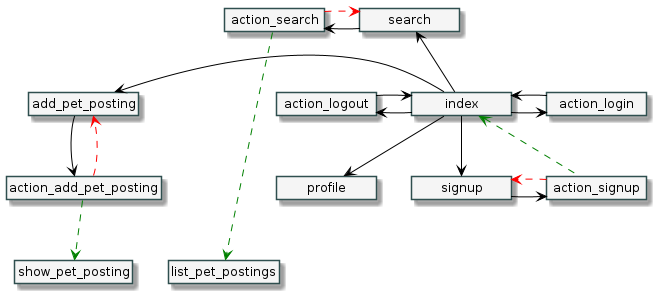
The PlantUML diagram img/navigation.png in up201806330/Hoaloha, before a commit. Source of this version:
```plantuml
@startuml navigation
skinparam minClassWidth 100
skinparam classBackgroundColor WhiteSmoke
skinparam classBorderColor DarkSlateGrey
hide members
hide circles

class index
class signup
class search
class add_pet_posting
class list_pet_postings
class show_pet_posting
class profile
class action_login
class action_logout
class action_signup
class action_search
class action_add_pet_posting

index -[#black]down-> signup
index -[#black]> action_login
index-[#black]down->profile
action_login -[#black]> index
signup-[#black]right>action_signup
action_signup..up[#green]>index
action_signup..[#red]>signup
index-[#black]left>action_logout
action_logout-[#black]>index
index--[#black]up>search
search-left[#black]>action_search
action_search.[#red]>search
action_search....[#green]>list_pet_postings
index -left[#black]->add_pet_posting
add_pet_posting--[#black]down>action_add_pet_posting
action_add_pet_posting..[#green]>show_pet_posting
action_add_pet_posting..[#red]>add_pet_posting

@enduml
```
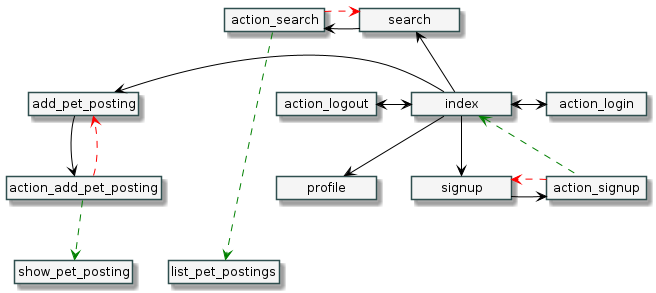
The same diagram one commit later.

Commit message:
Generate PNG images for UML diagrams

Diff of the diagram source:
```diff
@@ -19,14 +19,12 @@
 class action_add_pet_posting
 
 index -[#black]down-> signup
-index -[#black]> action_login
+index <-[#black]> action_login
 index-[#black]down->profile
-action_login -[#black]> index
 signup-[#black]right>action_signup
 action_signup..up[#green]>index
 action_signup..[#red]>signup
-index-[#black]left>action_logout
-action_logout-[#black]>index
+index <-[#black]left>action_logout
 index--[#black]up>search
 search-left[#black]>action_search
 action_search.[#red]>search
```
